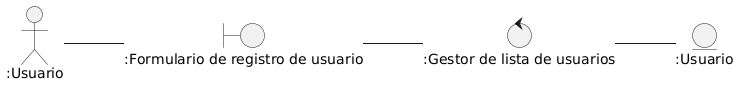
Before: docs/logicalView/DisciplinaDeAnalisis/DiagramaClasesAnalisisRegistrarUsuario.png, a diagram exported from PlantUML (Andreinalcm/Proyecto_de_inge_grupo4).
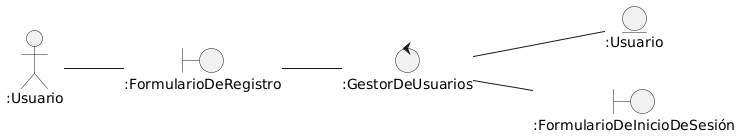
Later version of the same file.

Diff of the diagram source:
```diff
@@ -3,11 +3,13 @@
 
 Actor ":Usuario" as usuario
 
-control ":Gestor de lista de usuarios" as gestor
-boundary ":Formulario de registro de usuario" as reg
+boundary ":FormularioDeRegistro" as reg
+control ":GestorDeUsuarios" as gestor
 entity ":Usuario" as user
+boundary ":FormularioDeInicioDeSesión" as log
 
 usuario -- reg
 reg -- gestor
 gestor -- user
+gestor--log
 @enduml
```
